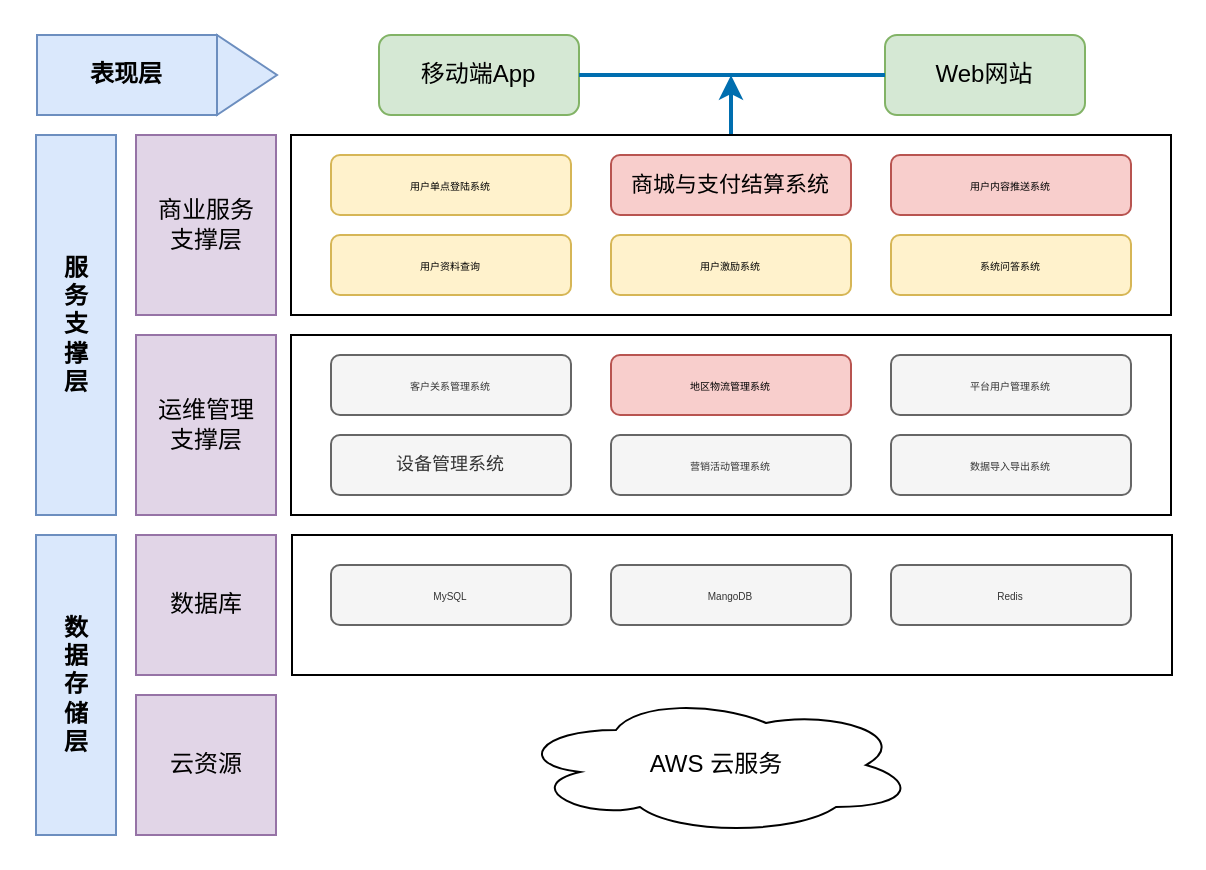
Before: TCL_Architecture.drawio in 1009351456/Anonymous, a draw.io diagram. Source tidied: cells renumbered, new cells numbered last; positions are measured from the earlier drawing's top-left corner, leaving out a move shared by most shapes. Both pictures are drawn from the tidied source at 200%, with x=0, y=0 at pixel (36, 34).
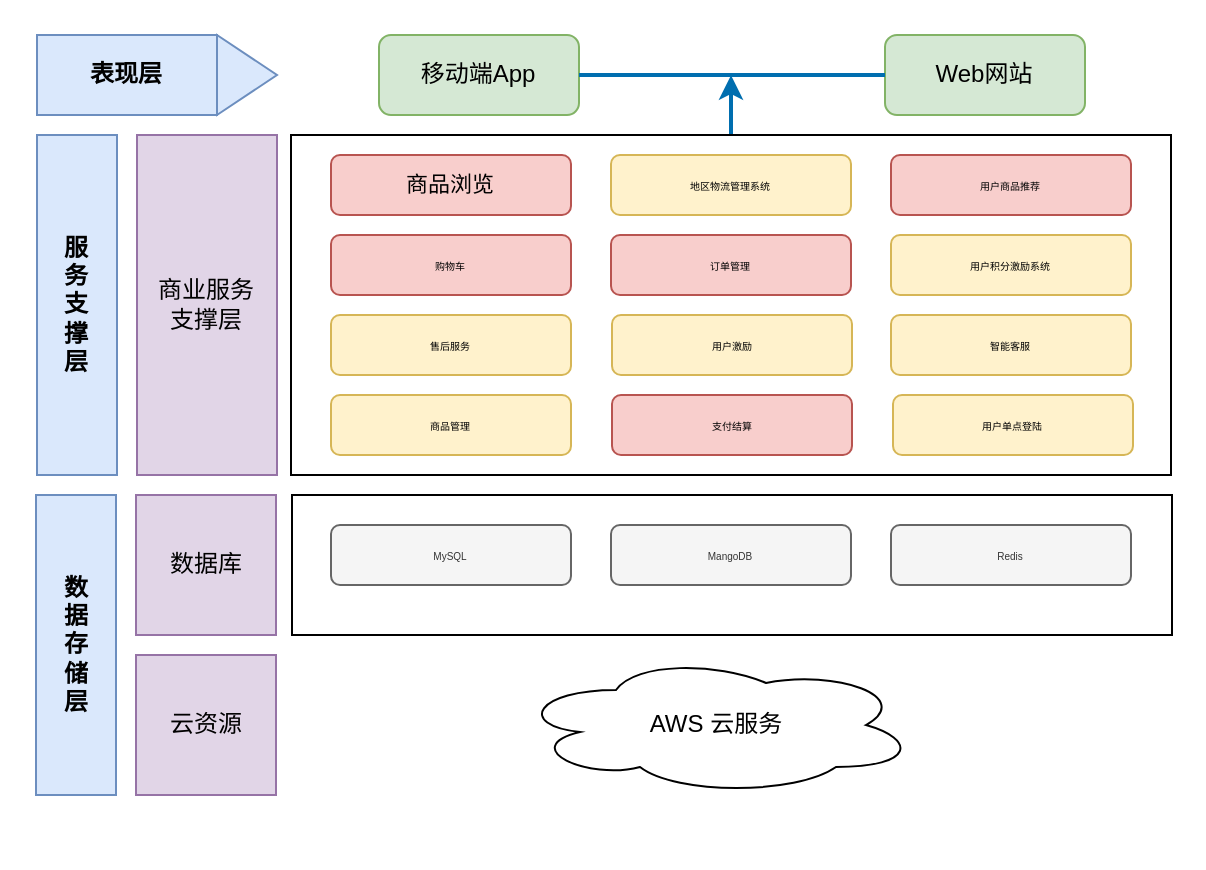
The same diagram, later.

What changed in the source:
```diff
@@
     <mxCell id="2" style="rounded=0;whiteSpace=wrap;html=1;fontSize=9;" parent="1" vertex="1">
-      <mxGeometry x="127.5" y="250" width="440" height="70" as="geometry" />
+      <mxGeometry x="127.5" y="230" width="440" height="70" as="geometry" />
     </mxCell>
-    <mxCell id="3" style="rounded=0;whiteSpace=wrap;html=1;fontSize=9;" parent="1" vertex="1">
-      <mxGeometry x="127" y="150" width="440" height="90" as="geometry" />
-    </mxCell>
@@
     <mxCell id="5" style="rounded=0;whiteSpace=wrap;html=1;fontSize=9;" parent="1" vertex="1">
-      <mxGeometry x="127" y="50" width="440" height="90" as="geometry" />
+      <mxGeometry x="127" y="50" width="440" height="170" as="geometry" />
     </mxCell>
@@
     <mxCell id="7" value="服&lt;br&gt;务&lt;br&gt;支&lt;br&gt;撑&lt;br&gt;层" style="rounded=0;whiteSpace=wrap;html=1;fillColor=#dae8fc;strokeColor=#6c8ebf;fontStyle=1;" parent="1" vertex="1">
-      <mxGeometry x="-0.5" y="50" width="40" height="190" as="geometry" />
+      <mxGeometry y="50" width="40" height="170" as="geometry" />
     </mxCell>
     <mxCell id="8" value="数&lt;br&gt;据&lt;br&gt;存&lt;br&gt;储&lt;br&gt;层" style="rounded=0;whiteSpace=wrap;html=1;fillColor=#dae8fc;strokeColor=#6c8ebf;fontStyle=1;" parent="1" vertex="1">
-      <mxGeometry x="-0.5" y="250" width="40" height="150" as="geometry" />
+      <mxGeometry x="-0.5" y="230" width="40" height="150" as="geometry" />
     </mxCell>
@@
     <mxCell id="12" value="&lt;span style=&quot;white-space: normal&quot;&gt;商业服务&lt;/span&gt;&lt;br style=&quot;white-space: normal&quot;&gt;&lt;span style=&quot;white-space: normal&quot;&gt;支撑层&lt;/span&gt;" style="rounded=0;whiteSpace=wrap;html=1;fillColor=#e1d5e7;strokeColor=#9673a6;" parent="1" vertex="1">
-      <mxGeometry x="49.5" y="50" width="70" height="90" as="geometry" />
+      <mxGeometry x="50" y="50" width="70" height="170" as="geometry" />
     </mxCell>
-    <mxCell id="13" value="运维管理&lt;br&gt;支撑层" style="rounded=0;whiteSpace=wrap;html=1;fillColor=#e1d5e7;strokeColor=#9673a6;" parent="1" vertex="1">
-      <mxGeometry x="49.5" y="150" width="70" height="90" as="geometry" />
-    </mxCell>
-    <mxCell id="14" value="客户关系管理系统" style="rounded=1;whiteSpace=wrap;html=1;fillColor=#f5f5f5;strokeColor=#666666;fontColor=#333333;fontSize=5;" parent="1" vertex="1">
-      <mxGeometry x="147" y="160" width="120" height="30" as="geometry" />
-    </mxCell>
     <mxCell id="15" value="MySQL" style="rounded=1;whiteSpace=wrap;html=1;fillColor=#f5f5f5;strokeColor=#666666;fontColor=#333333;fontSize=5;" parent="1" vertex="1">
-      <mxGeometry x="147" y="265" width="120" height="30" as="geometry" />
+      <mxGeometry x="147" y="245" width="120" height="30" as="geometry" />
     </mxCell>
     <mxCell id="16" value="数据库" style="rounded=0;whiteSpace=wrap;html=1;fillColor=#e1d5e7;strokeColor=#9673a6;" parent="1" vertex="1">
-      <mxGeometry x="49.5" y="250" width="70" height="70" as="geometry" />
+      <mxGeometry x="49.5" y="230" width="70" height="70" as="geometry" />
     </mxCell>
     <mxCell id="17" value="&lt;span style=&quot;white-space: normal&quot;&gt;AWS 云服务&lt;/span&gt;" style="ellipse;shape=cloud;whiteSpace=wrap;html=1;" parent="1" vertex="1">
-      <mxGeometry x="239.5" y="330" width="200" height="70" as="geometry" />
+      <mxGeometry x="239.5" y="310" width="200" height="70" as="geometry" />
     </mxCell>
     <mxCell id="18" value="MangoDB" style="rounded=1;whiteSpace=wrap;html=1;fillColor=#f5f5f5;strokeColor=#666666;fontColor=#333333;fontSize=5;" parent="1" vertex="1">
-      <mxGeometry x="287" y="265" width="120" height="30" as="geometry" />
+      <mxGeometry x="287" y="245" width="120" height="30" as="geometry" />
     </mxCell>
-    <mxCell id="19" value="营销活动管理系统" style="rounded=1;whiteSpace=wrap;html=1;fillColor=#f5f5f5;strokeColor=#666666;fontColor=#333333;fontSize=5;" parent="1" vertex="1">
-      <mxGeometry x="287" y="200" width="120" height="30" as="geometry" />
-    </mxCell>
-    <mxCell id="20" value="设备管理系统" style="rounded=1;whiteSpace=wrap;html=1;fillColor=#f5f5f5;strokeColor=#666666;fontColor=#333333;fontSize=9;" parent="1" vertex="1">
-      <mxGeometry x="147" y="200" width="120" height="30" as="geometry" />
-    </mxCell>
-    <mxCell id="21" value="数据导入导出系统" style="rounded=1;whiteSpace=wrap;html=1;fillColor=#f5f5f5;strokeColor=#666666;fontColor=#333333;fontSize=5;" parent="1" vertex="1">
-      <mxGeometry x="427" y="200" width="120" height="30" as="geometry" />
-    </mxCell>
-    <mxCell id="22" value="平台用户管理系统" style="rounded=1;whiteSpace=wrap;html=1;fillColor=#f5f5f5;strokeColor=#666666;fontColor=#333333;fontSize=5;" parent="1" vertex="1">
-      <mxGeometry x="427" y="160" width="120" height="30" as="geometry" />
-    </mxCell>
-    <mxCell id="23" value="地区物流管理系统" style="rounded=1;whiteSpace=wrap;html=1;fillColor=#f8cecc;strokeColor=#b85450;fontSize=5;" parent="1" vertex="1">
-      <mxGeometry x="287" y="160" width="120" height="30" as="geometry" />
+    <mxCell id="23" value="地区物流管理系统" style="rounded=1;whiteSpace=wrap;html=1;fillColor=#fff2cc;strokeColor=#d6b656;fontSize=5;" parent="1" vertex="1">
+      <mxGeometry x="287" y="60" width="120" height="30" as="geometry" />
     </mxCell>
-    <mxCell id="24" value="用户单点登陆系统" style="rounded=1;whiteSpace=wrap;html=1;fillColor=#fff2cc;strokeColor=#d6b656;fontSize=5;" parent="1" vertex="1">
-      <mxGeometry x="147" y="60" width="120" height="30" as="geometry" />
+    <mxCell id="24" value="用户单点登陆" style="rounded=1;whiteSpace=wrap;html=1;fillColor=#fff2cc;strokeColor=#d6b656;fontSize=5;" parent="1" vertex="1">
+      <mxGeometry x="428" y="180" width="120" height="30" as="geometry" />
     </mxCell>
-    <mxCell id="25" value="&lt;font style=&quot;font-size: 11px&quot;&gt;商城与支付结算系统&lt;/font&gt;" style="rounded=1;whiteSpace=wrap;html=1;fillColor=#f8cecc;strokeColor=#b85450;fontSize=5;" parent="1" vertex="1">
-      <mxGeometry x="287" y="60" width="120" height="30" as="geometry" />
+    <mxCell id="25" value="&lt;span style=&quot;font-size: 11px&quot;&gt;商品浏览&lt;/span&gt;" style="rounded=1;whiteSpace=wrap;html=1;fillColor=#f8cecc;strokeColor=#b85450;fontSize=5;" parent="1" vertex="1">
+      <mxGeometry x="147" y="60" width="120" height="30" as="geometry" />
     </mxCell>
-    <mxCell id="26" value="用户资料查询" style="rounded=1;whiteSpace=wrap;html=1;fillColor=#fff2cc;strokeColor=#d6b656;fontSize=5;" parent="1" vertex="1">
-      <mxGeometry x="147" y="100" width="120" height="30" as="geometry" />
+    <mxCell id="26" value="商品管理" style="rounded=1;whiteSpace=wrap;html=1;fillColor=#fff2cc;strokeColor=#d6b656;fontSize=5;" parent="1" vertex="1">
+      <mxGeometry x="147" y="180" width="120" height="30" as="geometry" />
     </mxCell>
-    <mxCell id="27" value="用户激励系统" style="rounded=1;whiteSpace=wrap;html=1;fillColor=#fff2cc;strokeColor=#d6b656;fontSize=5;" parent="1" vertex="1">
-      <mxGeometry x="287" y="100" width="120" height="30" as="geometry" />
+    <mxCell id="27" value="用户激励" style="rounded=1;whiteSpace=wrap;html=1;fillColor=#fff2cc;strokeColor=#d6b656;fontSize=5;" parent="1" vertex="1">
+      <mxGeometry x="287.5" y="140" width="120" height="30" as="geometry" />
     </mxCell>
-    <mxCell id="28" value="用户内容推送系统" style="rounded=1;whiteSpace=wrap;html=1;fillColor=#f8cecc;strokeColor=#b85450;fontSize=5;" parent="1" vertex="1">
+    <mxCell id="28" value="用户商品推荐" style="rounded=1;whiteSpace=wrap;html=1;fillColor=#f8cecc;strokeColor=#b85450;fontSize=5;" parent="1" vertex="1">
       <mxGeometry x="427" y="60" width="120" height="30" as="geometry" />
     </mxCell>
-    <mxCell id="29" value="系统问答系统" style="rounded=1;whiteSpace=wrap;html=1;fillColor=#fff2cc;strokeColor=#d6b656;fontSize=5;" parent="1" vertex="1">
-      <mxGeometry x="427" y="100" width="120" height="30" as="geometry" />
+    <mxCell id="29" value="智能客服" style="rounded=1;whiteSpace=wrap;html=1;fillColor=#fff2cc;strokeColor=#d6b656;fontSize=5;" parent="1" vertex="1">
+      <mxGeometry x="427" y="140" width="120" height="30" as="geometry" />
     </mxCell>
     <mxCell id="30" value="云资源" style="rounded=0;whiteSpace=wrap;html=1;fillColor=#e1d5e7;strokeColor=#9673a6;" parent="1" vertex="1">
-      <mxGeometry x="49.5" y="330" width="70" height="70" as="geometry" />
+      <mxGeometry x="49.5" y="310" width="70" height="70" as="geometry" />
     </mxCell>
@@
     <mxCell id="32" value="Redis" style="rounded=1;whiteSpace=wrap;html=1;fillColor=#f5f5f5;strokeColor=#666666;fontColor=#333333;fontSize=5;" parent="1" vertex="1">
-      <mxGeometry x="427" y="265" width="120" height="30" as="geometry" />
+      <mxGeometry x="427" y="245" width="120" height="30" as="geometry" />
     </mxCell>
+    <mxCell id="33" value="购物车" style="rounded=1;whiteSpace=wrap;html=1;fillColor=#f8cecc;strokeColor=#b85450;fontSize=5;" parent="1" vertex="1">
+      <mxGeometry x="147" y="100" width="120" height="30" as="geometry" />
+    </mxCell>
+    <mxCell id="34" value="用户积分激励系统" style="rounded=1;whiteSpace=wrap;html=1;fillColor=#fff2cc;strokeColor=#d6b656;fontSize=5;" parent="1" vertex="1">
+      <mxGeometry x="427" y="100" width="120" height="30" as="geometry" />
+    </mxCell>
+    <mxCell id="35" value="订单管理" style="rounded=1;whiteSpace=wrap;html=1;fillColor=#f8cecc;strokeColor=#b85450;fontSize=5;" parent="1" vertex="1">
+      <mxGeometry x="287" y="100" width="120" height="30" as="geometry" />
+    </mxCell>
+    <mxCell id="36" value="支付结算" style="rounded=1;whiteSpace=wrap;html=1;fillColor=#f8cecc;strokeColor=#b85450;fontSize=5;" parent="1" vertex="1">
+      <mxGeometry x="287.5" y="180" width="120" height="30" as="geometry" />
+    </mxCell>
+    <mxCell id="37" value="售后服务" style="rounded=1;whiteSpace=wrap;html=1;fillColor=#fff2cc;strokeColor=#d6b656;fontSize=5;" parent="1" vertex="1">
+      <mxGeometry x="147" y="140" width="120" height="30" as="geometry" />
+    </mxCell>
```
